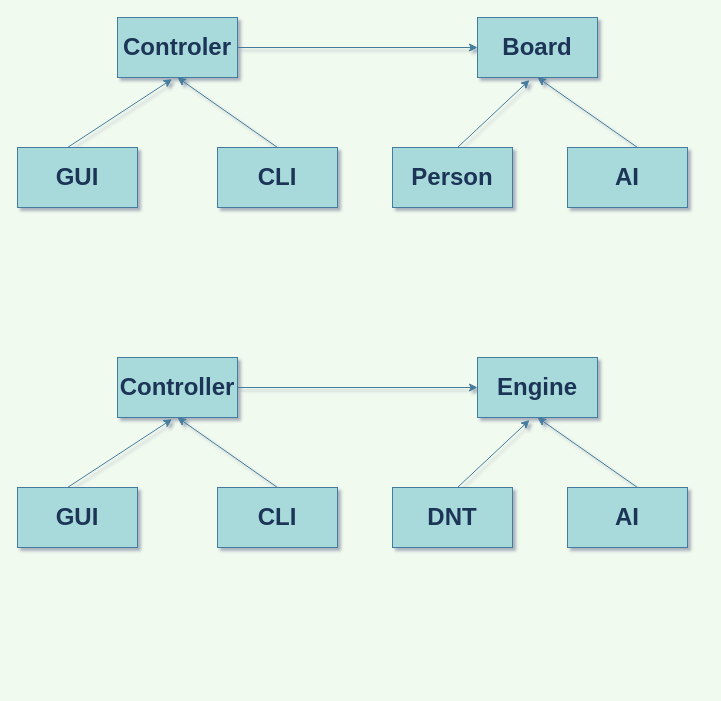
This is Diagrams/Untitled Diagram.drawio from CoolIOT/Docs, a draw.io file, before an edit. Source tidied: cells renumbered, new cells numbered last; positions are measured from the earlier drawing's top-left corner, leaving out a move shared by most shapes. Both pictures are drawn from the tidied source at 100%, with x=0, y=0 at pixel (17, 17).
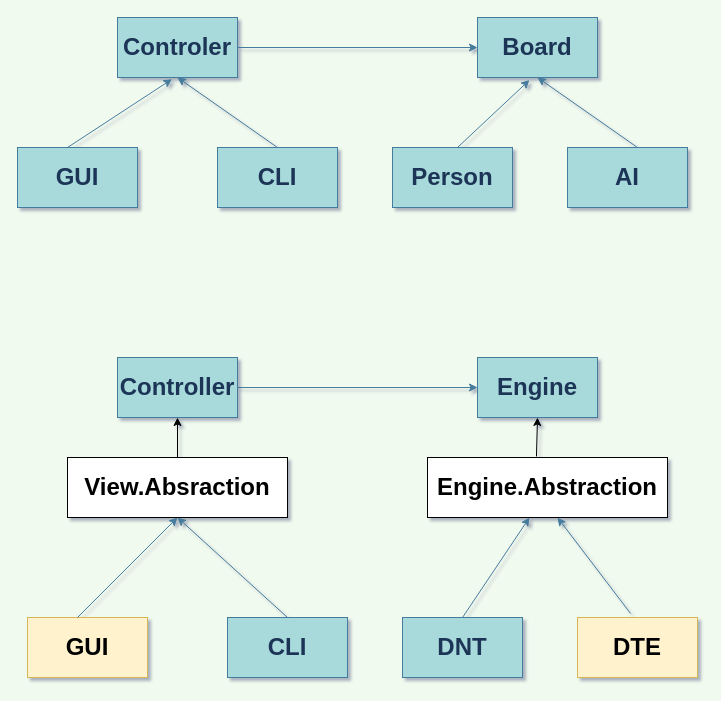
Above is the later version.

Unchanged cells that the change refers to:
```xml
<mxCell id="15" value="&lt;font style=&quot;font-size: 24px&quot;&gt;&lt;b&gt;Controller&lt;/b&gt;&lt;/font&gt;" style="rounded=0;whiteSpace=wrap;html=1;sketch=0;fontColor=#1D3557;strokeColor=#457B9D;fillColor=#A8DADC;" parent="1" vertex="1">
  <mxGeometry x="100" y="340" width="120" height="60" as="geometry" />
</mxCell>
<mxCell id="16" value="&lt;font style=&quot;font-size: 24px&quot;&gt;&lt;b&gt;Engine&lt;/b&gt;&lt;/font&gt;" style="rounded=0;whiteSpace=wrap;html=1;sketch=0;fontColor=#1D3557;strokeColor=#457B9D;fillColor=#A8DADC;" parent="1" vertex="1">
  <mxGeometry x="460" y="340" width="120" height="60" as="geometry" />
</mxCell>
```

Change to the diagram source:
```diff
@@
-    <mxCell id="13" value="&lt;h1&gt;&lt;font style=&quot;font-size: 24px&quot;&gt;GUI&lt;/font&gt;&lt;/h1&gt;" style="whiteSpace=wrap;html=1;fillColor=#A8DADC;strokeColor=#457B9D;fontColor=#1D3557;" parent="1" vertex="1">
-      <mxGeometry y="470" width="120" height="60" as="geometry" />
+    <mxCell id="13" value="&lt;h1&gt;&lt;font style=&quot;font-size: 24px&quot;&gt;GUI&lt;/font&gt;&lt;/h1&gt;" style="whiteSpace=wrap;html=1;fillColor=#fff2cc;strokeColor=#d6b656;" parent="1" vertex="1">
+      <mxGeometry x="10" y="600" width="120" height="60" as="geometry" />
     </mxCell>
     <mxCell id="14" value="&lt;h1&gt;CLI&lt;/h1&gt;" style="whiteSpace=wrap;html=1;fillColor=#A8DADC;strokeColor=#457B9D;fontColor=#1D3557;rounded=0;sketch=0;" parent="1" vertex="1">
-      <mxGeometry x="200" y="470" width="120" height="60" as="geometry" />
+      <mxGeometry x="210" y="600" width="120" height="60" as="geometry" />
     </mxCell>
@@
     <mxCell id="17" value="&lt;font style=&quot;font-size: 24px&quot;&gt;&lt;b&gt;DNT&lt;/b&gt;&lt;/font&gt;" style="rounded=0;whiteSpace=wrap;html=1;sketch=0;fontColor=#1D3557;strokeColor=#457B9D;fillColor=#A8DADC;" parent="1" vertex="1">
-      <mxGeometry x="375" y="470" width="120" height="60" as="geometry" />
+      <mxGeometry x="385" y="600" width="120" height="60" as="geometry" />
     </mxCell>
-    <mxCell id="18" value="&lt;font style=&quot;font-size: 24px&quot;&gt;&lt;b&gt;AI&lt;/b&gt;&lt;/font&gt;" style="rounded=0;whiteSpace=wrap;html=1;sketch=0;fontColor=#1D3557;strokeColor=#457B9D;fillColor=#A8DADC;" parent="1" vertex="1">
-      <mxGeometry x="550" y="470" width="120" height="60" as="geometry" />
+    <mxCell id="18" value="&lt;font style=&quot;font-size: 24px&quot;&gt;&lt;b&gt;DTE&lt;/b&gt;&lt;/font&gt;" style="rounded=0;whiteSpace=wrap;html=1;sketch=0;strokeColor=#d6b656;fillColor=#fff2cc;" parent="1" vertex="1">
+      <mxGeometry x="560" y="600" width="120" height="60" as="geometry" />
     </mxCell>
-    <mxCell id="19" style="endArrow=classic;html=1;fontColor=#1D3557;strokeColor=#457B9D;fillColor=#A8DADC;entryX=0.433;entryY=1.042;entryDx=0;entryDy=0;entryPerimeter=0;" parent="1" edge="1" target="16">
+    <mxCell id="19" style="endArrow=classic;html=1;fontColor=#1D3557;strokeColor=#457B9D;fillColor=#A8DADC;entryX=0.433;entryY=1.042;entryDx=0;entryDy=0;entryPerimeter=0;exitX=0.5;exitY=0;exitDx=0;exitDy=0;" parent="1" edge="1" source="17">
       <mxGeometry relative="1" as="geometry">
-        <mxPoint x="440" y="470" as="sourcePoint" />
+        <mxPoint x="512" y="500" as="targetPoint" />
       </mxGeometry>
     </mxCell>
-    <mxCell id="20" style="endArrow=classic;html=1;fontColor=#1D3557;strokeColor=#457B9D;fillColor=#A8DADC;exitX=0.5;exitY=0;exitDx=0;exitDy=0;entryX=0.5;entryY=1;entryDx=0;entryDy=0;" parent="1" edge="1" source="14" target="15">
+    <mxCell id="20" style="endArrow=classic;html=1;fontColor=#1D3557;strokeColor=#457B9D;fillColor=#A8DADC;exitX=0.5;exitY=0;exitDx=0;exitDy=0;entryX=0.5;entryY=1;entryDx=0;entryDy=0;" parent="1" edge="1" source="14" target="24">
       <mxGeometry relative="1" as="geometry" />
     </mxCell>
-    <mxCell id="21" style="endArrow=classic;html=1;fontColor=#1D3557;strokeColor=#457B9D;fillColor=#A8DADC;entryX=0.454;entryY=1.028;entryDx=0;entryDy=0;entryPerimeter=0;" parent="1" edge="1" target="15">
+    <mxCell id="21" style="endArrow=classic;html=1;fontColor=#1D3557;strokeColor=#457B9D;fillColor=#A8DADC;entryX=0.5;entryY=1;entryDx=0;entryDy=0;" parent="1" edge="1" target="24">
       <mxGeometry relative="1" as="geometry">
-        <mxPoint x="50" y="470" as="sourcePoint" />
+        <mxPoint x="60" y="600" as="sourcePoint" />
       </mxGeometry>
     </mxCell>
-    <mxCell id="22" style="endArrow=classic;html=1;fontColor=#1D3557;strokeColor=#457B9D;fillColor=#A8DADC;entryX=0.5;entryY=1;entryDx=0;entryDy=0;" parent="1" edge="1" target="16">
+    <mxCell id="22" style="endArrow=classic;html=1;fontColor=#1D3557;strokeColor=#457B9D;fillColor=#A8DADC;entryX=0.5;entryY=1;entryDx=0;entryDy=0;exitX=0.442;exitY=-0.067;exitDx=0;exitDy=0;exitPerimeter=0;" parent="1" edge="1" source="18">
       <mxGeometry relative="1" as="geometry">
-        <mxPoint x="620" y="470" as="sourcePoint" />
+        <mxPoint x="540" y="500" as="targetPoint" />
       </mxGeometry>
     </mxCell>
@@
+    <mxCell id="24" value="&lt;b&gt;&lt;font style=&quot;font-size: 24px&quot;&gt;View.Absraction&lt;/font&gt;&lt;/b&gt;" style="rounded=0;whiteSpace=wrap;html=1;" parent="1" vertex="1">
+      <mxGeometry x="50" y="440" width="220" height="60" as="geometry" />
+    </mxCell>
+    <mxCell id="25" value="&lt;b&gt;&lt;font style=&quot;font-size: 24px&quot;&gt;Engine.Abstraction&lt;/font&gt;&lt;/b&gt;" style="rounded=0;whiteSpace=wrap;html=1;" parent="1" vertex="1">
+      <mxGeometry x="410" y="440" width="240" height="60" as="geometry" />
+    </mxCell>
+    <mxCell id="26" style="endArrow=classic;html=1;exitX=0.5;exitY=0;exitDx=0;exitDy=0;entryX=0.5;entryY=1;entryDx=0;entryDy=0;" parent="1" edge="1" source="24" target="15">
+      <mxGeometry relative="1" as="geometry" />
+    </mxCell>
+    <mxCell id="27" style="endArrow=classic;html=1;entryX=0.5;entryY=1;entryDx=0;entryDy=0;exitX=0.454;exitY=-0.017;exitDx=0;exitDy=0;exitPerimeter=0;" parent="1" edge="1" source="25" target="16">
+      <mxGeometry relative="1" as="geometry" />
+    </mxCell>
```
